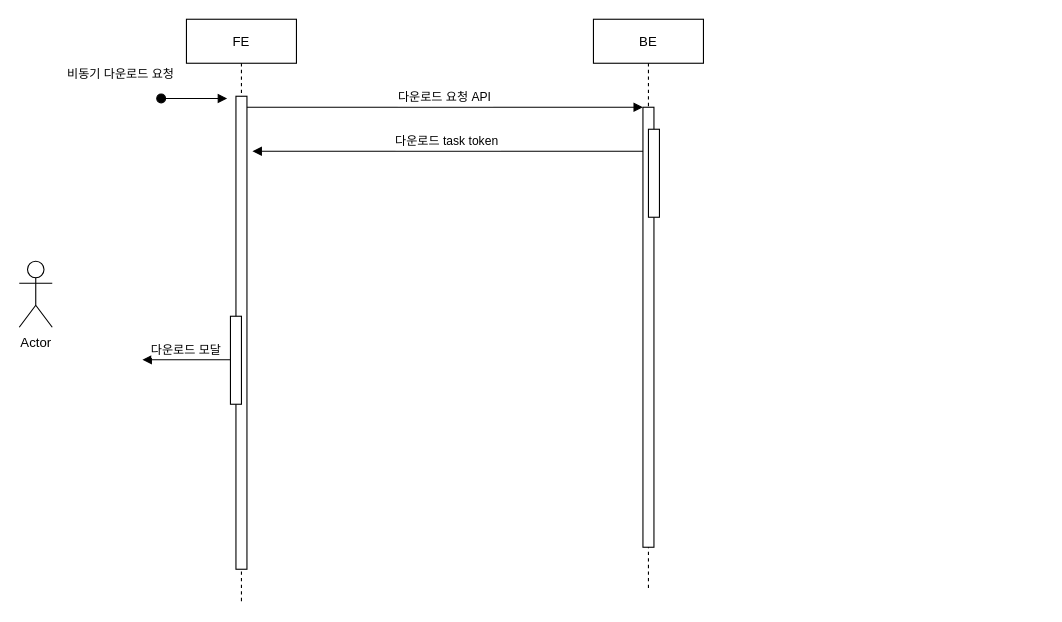
shani88/test keeps this draw.io diagram as 제목 없는 다이어그램.drawio. Above is the earlier version. Source tidied: cells renumbered, new cells numbered last; positions are measured from the earlier drawing's top-left corner, leaving out a move shared by most shapes. Both pictures are drawn from the tidied source at 110%, with x=0, y=0 at pixel (19, 19).
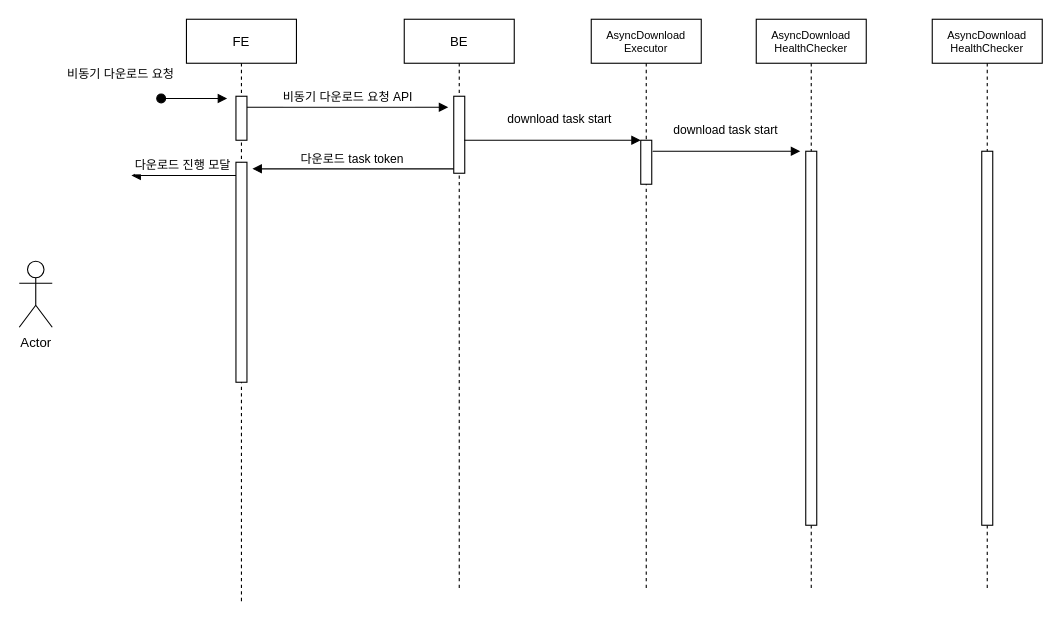
The same diagram, later.

Commit message:
제목 없는 다이어그램.drawio 업데이트

The change refers to these unchanged cells:
```xml
<mxCell id="2" value="FE" style="shape=umlLifeline;perimeter=lifelinePerimeter;rounded=0;shadow=0;strokeWidth=1;" parent="1" vertex="1">
  <mxGeometry x="152" width="100" height="530" as="geometry" />
</mxCell>
```

Diff of the diagram source:
```diff
@@
     <mxCell id="3" style="points=[];perimeter=orthogonalPerimeter;rounded=0;shadow=0;strokeWidth=1;" parent="2" vertex="1">
-      <mxGeometry x="45" y="70" width="10" height="430" as="geometry" />
+      <mxGeometry x="45" y="70" width="10" height="40" as="geometry" />
     </mxCell>
@@
-    <mxCell id="5" style="perimeter=orthogonalPerimeter;rounded=0;shadow=0;strokeWidth=1;" parent="2" vertex="1">
-      <mxGeometry x="40" y="270" width="10" height="80" as="geometry" />
-    </mxCell>
-    <mxCell id="6" value="다운로드 모달" style="verticalAlign=bottom;endArrow=block;entryX=1;entryY=0;shadow=0;strokeWidth=1;" parent="2" edge="1">
-      <mxGeometry relative="1" as="geometry">
-        <mxPoint x="40" y="309.5" as="sourcePoint" />
-        <mxPoint x="-40" y="309.5" as="targetPoint" />
-      </mxGeometry>
-    </mxCell>
+    <mxCell id="14" style="perimeter=orthogonalPerimeter;rounded=0;shadow=0;strokeWidth=1;" parent="2" vertex="1">
+      <mxGeometry x="45" y="130" width="10" height="200" as="geometry" />
+    </mxCell>
+    <mxCell id="15" value="다운로드 진행 모달" style="verticalAlign=bottom;endArrow=block;shadow=0;strokeWidth=1;" parent="2" edge="1">
+      <mxGeometry relative="1" as="geometry">
+        <mxPoint x="45" y="142" as="sourcePoint" />
+        <mxPoint x="-50" y="142" as="targetPoint" />
+      </mxGeometry>
+    </mxCell>
     <mxCell id="7" value="BE" style="shape=umlLifeline;perimeter=lifelinePerimeter;rounded=0;shadow=0;strokeWidth=1;" parent="1" vertex="1">
-      <mxGeometry x="522" width="100" height="520" as="geometry" />
+      <mxGeometry x="350" width="100" height="520" as="geometry" />
     </mxCell>
     <mxCell id="8" style="points=[];perimeter=orthogonalPerimeter;rounded=0;shadow=0;strokeWidth=1;" parent="7" vertex="1">
-      <mxGeometry x="45" y="80" width="10" height="400" as="geometry" />
+      <mxGeometry x="45" y="70" width="10" height="70" as="geometry" />
     </mxCell>
-    <mxCell id="9" style="perimeter=orthogonalPerimeter;rounded=0;shadow=0;strokeWidth=1;" parent="7" vertex="1">
-      <mxGeometry x="50" y="100" width="10" height="80" as="geometry" />
-    </mxCell>
-    <mxCell id="10" value="다운로드 요청 API" style="verticalAlign=bottom;endArrow=block;entryX=0;entryY=0;shadow=0;strokeWidth=1;" parent="1" edge="1" source="3" target="8">
-      <mxGeometry relative="1" as="geometry" />
+    <mxCell id="10" value="비동기 다운로드 요청 API" style="verticalAlign=bottom;endArrow=block;shadow=0;strokeWidth=1;" parent="1" edge="1" source="3">
+      <mxGeometry relative="1" as="geometry">
+        <mxPoint x="390" y="80" as="targetPoint" />
+        <Array as="points">
+          <mxPoint x="300" y="80" />
+        </Array>
+      </mxGeometry>
     </mxCell>
-    <mxCell id="11" value="다운로드 task token" style="verticalAlign=bottom;endArrow=block;entryX=1;entryY=0;shadow=0;strokeWidth=1;" parent="1" edge="1" source="8">
+    <mxCell id="11" value="다운로드 task token" style="verticalAlign=bottom;endArrow=block;entryX=1;entryY=0;shadow=0;strokeWidth=1;" parent="1" edge="1">
       <mxGeometry relative="1" as="geometry">
-        <mxPoint x="212" y="120" as="targetPoint" />
+        <mxPoint x="395" y="136" as="sourcePoint" />
+        <mxPoint x="212" y="136" as="targetPoint" />
       </mxGeometry>
     </mxCell>
@@
+    <mxCell id="16" value="AsyncDownload&#10;Executor" style="shape=umlLifeline;perimeter=lifelinePerimeter;rounded=0;shadow=0;strokeWidth=1;fontSize=10;" parent="1" vertex="1">
+      <mxGeometry x="520" width="100" height="520" as="geometry" />
+    </mxCell>
+    <mxCell id="17" style="perimeter=orthogonalPerimeter;rounded=0;shadow=0;strokeWidth=1;" parent="16" vertex="1">
+      <mxGeometry x="45" y="110" width="10" height="40" as="geometry" />
+    </mxCell>
+    <mxCell id="18" value="download task start" style="verticalAlign=bottom;endArrow=block;shadow=0;strokeWidth=1;" parent="1" edge="1">
+      <mxGeometry x="0.08" y="10" relative="1" as="geometry">
+        <mxPoint x="404.5" y="110" as="sourcePoint" />
+        <mxPoint x="565" y="110" as="targetPoint" />
+        <Array as="points">
+          <mxPoint x="465" y="110" />
+        </Array>
+      </mxGeometry>
+    </mxCell>
+    <mxCell id="19" value="AsyncDownload&#10;HealthChecker" style="shape=umlLifeline;perimeter=lifelinePerimeter;rounded=0;shadow=0;strokeWidth=1;fontSize=10;" parent="1" vertex="1">
+      <mxGeometry x="670" width="100" height="520" as="geometry" />
+    </mxCell>
+    <mxCell id="20" style="perimeter=orthogonalPerimeter;rounded=0;shadow=0;strokeWidth=1;" parent="19" vertex="1">
+      <mxGeometry x="45" y="120" width="10" height="340" as="geometry" />
+    </mxCell>
+    <mxCell id="21" value="download task start" style="verticalAlign=bottom;endArrow=block;shadow=0;strokeWidth=1;" parent="1" edge="1">
+      <mxGeometry x="0.08" y="10" relative="1" as="geometry">
+        <mxPoint x="582.5" y="120" as="sourcePoint" />
+        <mxPoint x="710" y="120" as="targetPoint" />
+        <Array as="points">
+          <mxPoint x="573" y="120" />
+        </Array>
+      </mxGeometry>
+    </mxCell>
+    <mxCell id="22" value="AsyncDownload&#10;HealthChecker" style="shape=umlLifeline;perimeter=lifelinePerimeter;rounded=0;shadow=0;strokeWidth=1;fontSize=10;" parent="1" vertex="1">
+      <mxGeometry x="830" width="100" height="520" as="geometry" />
+    </mxCell>
+    <mxCell id="23" style="perimeter=orthogonalPerimeter;rounded=0;shadow=0;strokeWidth=1;" parent="22" vertex="1">
+      <mxGeometry x="45" y="120" width="10" height="340" as="geometry" />
+    </mxCell>
```
